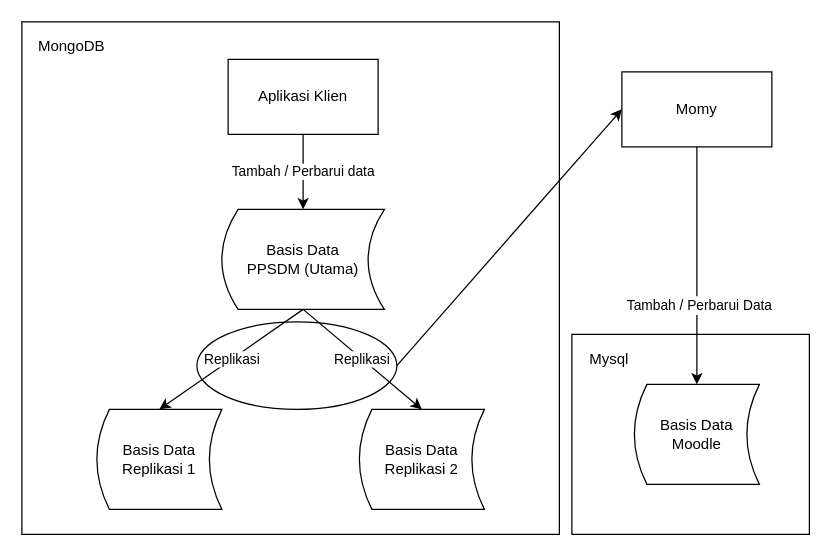
Above: How-Momy-Works.drawio in nmfzone/Learning (draw.io), before the change. Source tidied: cells renumbered, new cells numbered last; positions are measured from the earlier drawing's top-left corner, leaving out a move shared by most shapes. Both pictures are drawn from the tidied source at 125%, with x=0, y=0 at pixel (21, 21).
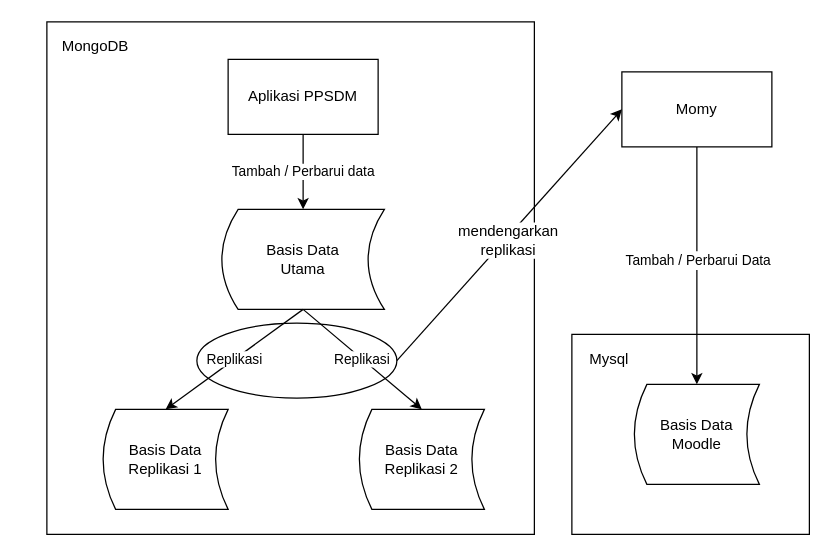
The same diagram, later.

Unchanged cells that the change refers to:
```xml
<mxCell id="15" style="endArrow=classic;html=1;exitX=0.5;exitY=1;exitDx=0;exitDy=0;" parent="1" edge="1" source="12" target="13">
  <mxGeometry relative="1" as="geometry" />
</mxCell>
<mxCell id="17" style="endArrow=classic;html=1;entryX=0;entryY=0.5;entryDx=0;entryDy=0;exitX=1;exitY=0.5;exitDx=0;exitDy=0;" parent="1" edge="1" source="18" target="12">
  <mxGeometry relative="1" as="geometry" />
</mxCell>
```

Diff of the diagram source:
```diff
@@
     <mxCell id="3" style="rounded=0;whiteSpace=wrap;html=1;fillColor=none;" parent="1" vertex="1">
-      <mxGeometry width="430" height="410" as="geometry" />
+      <mxGeometry x="20" width="390" height="410" as="geometry" />
     </mxCell>
-    <mxCell id="4" value="Aplikasi Klien" style="rounded=0;whiteSpace=wrap;html=1;" parent="1" vertex="1">
+    <mxCell id="4" value="Aplikasi PPSDM" style="rounded=0;whiteSpace=wrap;html=1;" parent="1" vertex="1">
       <mxGeometry x="165" y="30" width="120" height="60" as="geometry" />
     </mxCell>
-    <mxCell id="5" value="Basis Data&lt;br&gt;PPSDM (Utama)" style="shape=dataStorage;whiteSpace=wrap;html=1;" parent="1" vertex="1">
+    <mxCell id="5" value="Basis Data&lt;br&gt;Utama" style="shape=dataStorage;whiteSpace=wrap;html=1;" parent="1" vertex="1">
       <mxGeometry x="160" y="150" width="130" height="80" as="geometry" />
     </mxCell>
     <mxCell id="6" value="Basis Data&lt;br&gt;Replikasi 1" style="shape=dataStorage;whiteSpace=wrap;html=1;" parent="1" vertex="1">
-      <mxGeometry x="60" y="310" width="100" height="80" as="geometry" />
+      <mxGeometry x="65" y="310" width="100" height="80" as="geometry" />
     </mxCell>
@@
     <mxCell id="11" value="MongoDB" style="text;html=1;strokeColor=none;fillColor=none;align=center;verticalAlign=middle;whiteSpace=wrap;rounded=0;" parent="1" vertex="1">
-      <mxGeometry x="20" y="10" width="40" height="20" as="geometry" />
+      <mxGeometry x="39" y="10" width="40" height="20" as="geometry" />
     </mxCell>
@@
     <mxCell id="16" value="&lt;span style=&quot;font-size: 11px&quot;&gt;Tambah / Perbarui Data&lt;/span&gt;" style="text;html=1;align=center;verticalAlign=middle;labelBackgroundColor=#ffffff;" parent="15" vertex="1">
       <mxGeometry x="0.09" y="-22" relative="1" as="geometry">
-        <mxPoint x="23" y="22" as="offset" />
+        <mxPoint x="22" y="-13.5" as="offset" />
       </mxGeometry>
     </mxCell>
@@
+    <mxCell id="19" value="mendengarkan&lt;br&gt;replikasi" style="text;html=1;align=center;verticalAlign=middle;labelBackgroundColor=#ffffff;" parent="17" vertex="1">
+      <mxGeometry x="-0.03" y="-2" relative="1" as="geometry" />
+    </mxCell>
     <mxCell id="18" style="ellipse;whiteSpace=wrap;html=1;fillColor=none;" parent="1" vertex="1">
-      <mxGeometry x="140" y="240" width="160" height="70" as="geometry" />
+      <mxGeometry x="140" y="241" width="160" height="60" as="geometry" />
     </mxCell>
```
